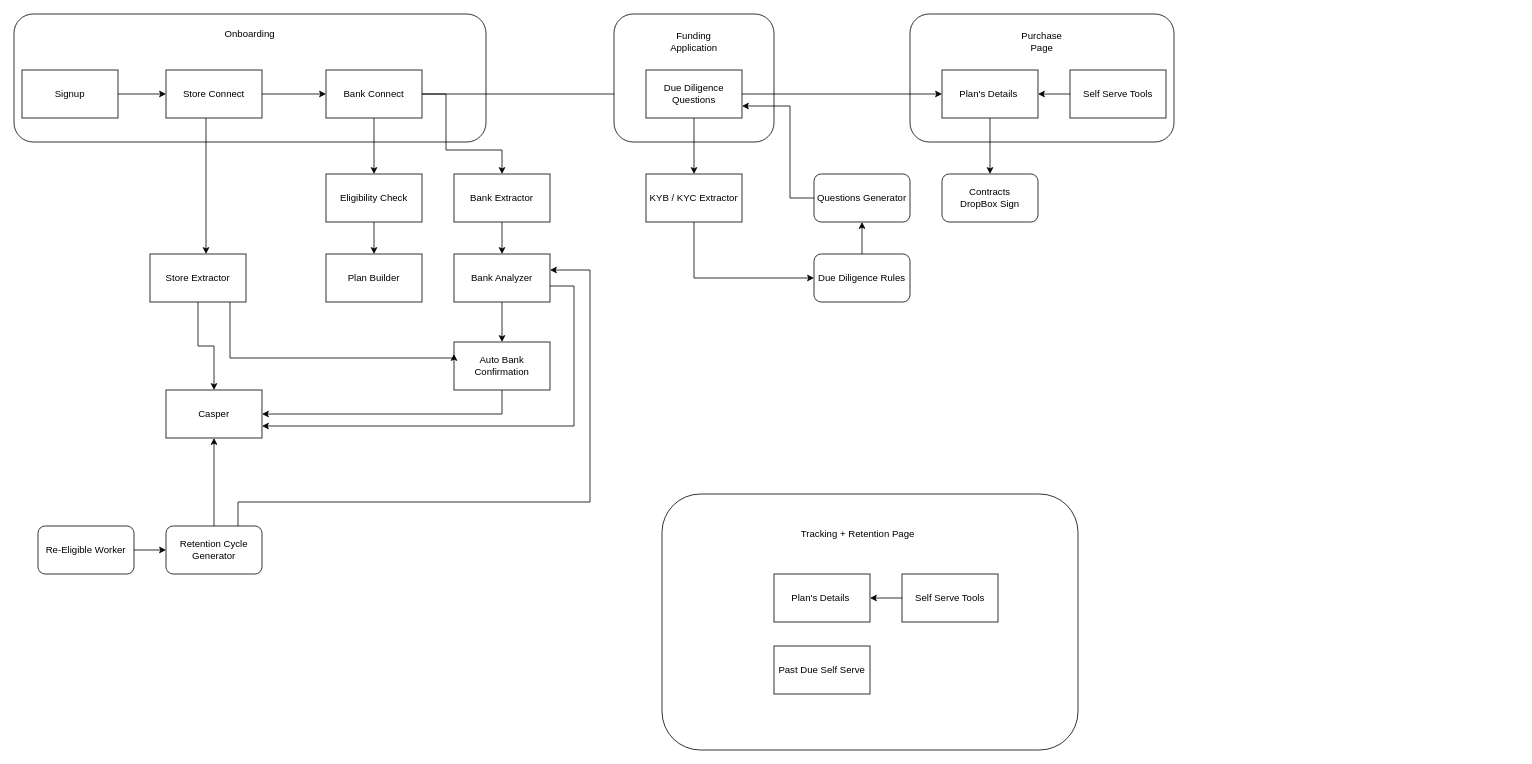
The draw.io diagram drawings/general8fig.drawio in saharki/draw.io, before the edit. Source tidied: cells renumbered, new cells numbered last; positions are measured from the earlier drawing's top-left corner, leaving out a move shared by most shapes. Both pictures are drawn from the tidied source at 80%, with x=0, y=0 at pixel (14, 14). Pictures stored in the file or linked from it are replaced by grey dashed boxes.
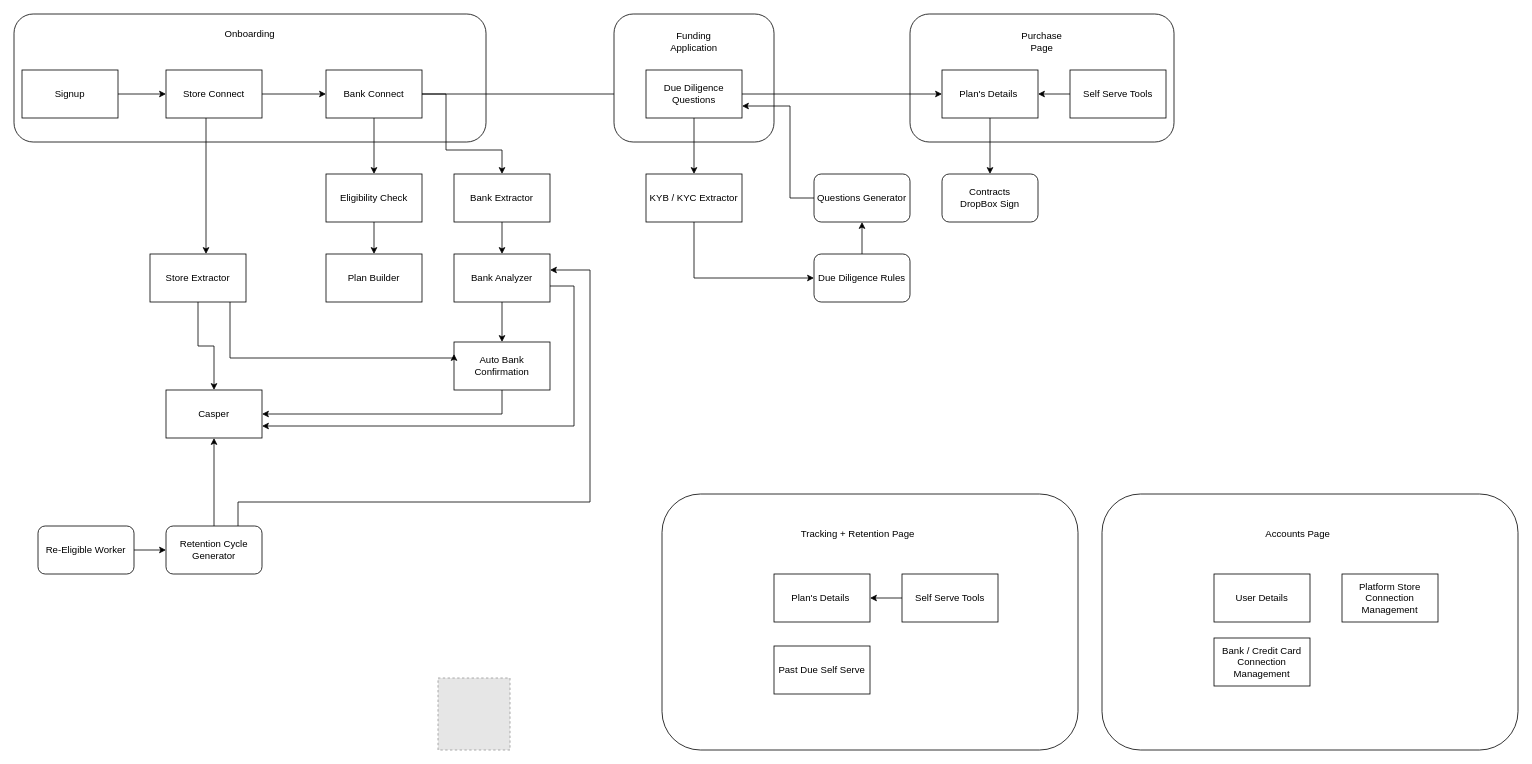
The same diagram, later.

The edit, as a diff of the source:
```diff
@@
+    <mxCell id="61" style="group;" parent="1" vertex="1">
+      <mxGeometry x="1440" y="600" width="440" height="320" as="geometry" />
+    </mxCell>
+    <mxCell id="62" style="rounded=1;whiteSpace=wrap;html=1;" parent="61" vertex="1">
+      <mxGeometry x="-80" width="520" height="320" as="geometry" />
+    </mxCell>
+    <mxCell id="63" value="Accounts Page" style="text;html=1;align=center;verticalAlign=middle;whiteSpace=wrap;rounded=0;" parent="61" vertex="1">
+      <mxGeometry x="78.1" y="20" width="173.8" height="60" as="geometry" />
+    </mxCell>
+    <mxCell id="64" style="edgeStyle=orthogonalEdgeStyle;rounded=0;orthogonalLoop=1;jettySize=auto;html=1;exitX=0;exitY=0.5;exitDx=0;exitDy=0;" parent="61" edge="1">
+      <mxGeometry relative="1" as="geometry">
+        <mxPoint x="160" y="200" as="targetPoint" />
+      </mxGeometry>
+    </mxCell>
+    <mxCell id="65" value="User Details" style="rounded=0;whiteSpace=wrap;html=1;" parent="61" vertex="1">
+      <mxGeometry x="60" y="100" width="120" height="60" as="geometry" />
+    </mxCell>
+    <mxCell id="66" value="Platform Store Connection Management" style="rounded=0;whiteSpace=wrap;html=1;" parent="61" vertex="1">
+      <mxGeometry x="220" y="100" width="120" height="60" as="geometry" />
+    </mxCell>
+    <mxCell id="67" value="Bank / Credit Card Connection Management" style="rounded=0;whiteSpace=wrap;html=1;" parent="61" vertex="1">
+      <mxGeometry x="60" y="180" width="120" height="60" as="geometry" />
+    </mxCell>
+    <mxCell id="68" style="fillColor=#E6E6E6;strokeColor=#999999;dashed=1;verticalLabelPosition=bottom;labelBackgroundColor=default;verticalAlign=top;" parent="1" vertex="1">
+      <mxGeometry x="530" y="830" width="90" height="90" as="geometry" />
+    </mxCell>
```
